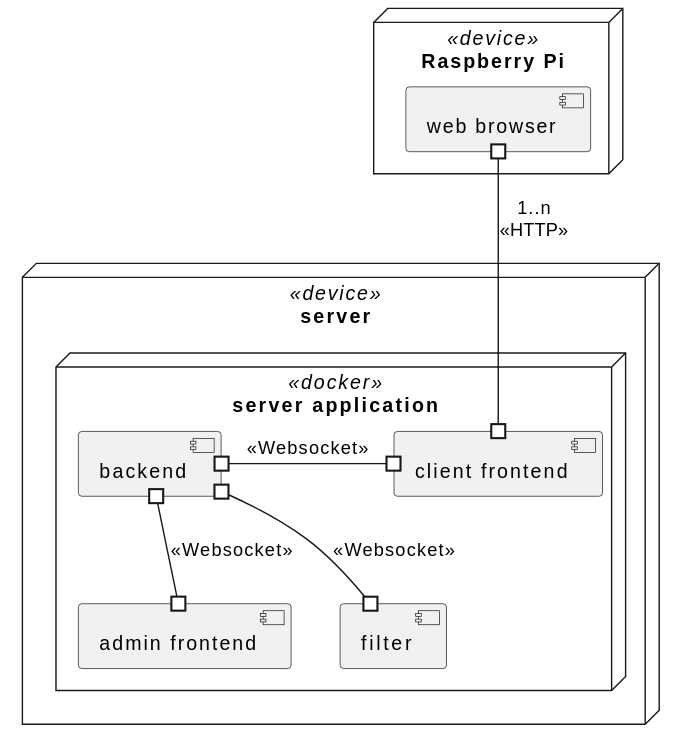
WallCaster/WallCaster keeps this PlantUML diagram as doc/assets/deployment.svg. Above is the earlier version.
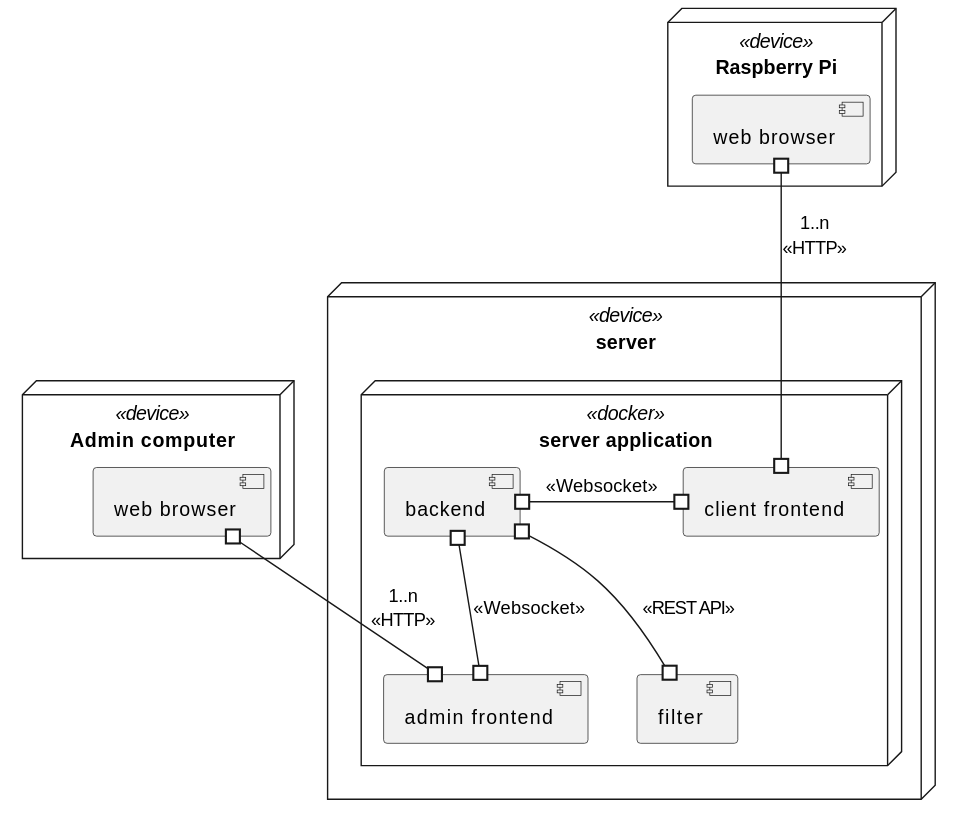
After the commit.

The edit, as a diff of the source:
```diff
@@ -1,4 +1,4 @@
-@startuml
+@startuml deployment
 node "server" <<device>> as srv {
   node "server application" <<docker>> as cmp {
     component "backend" as bck
@@ -8,12 +8,18 @@
   }
 }
 
+node "Admin computer" <<device>> as admindev {
+  component "web browser" as wb2
+}
+
 node "Raspberry Pi" <<device>> as rpi {
   component "web browser" as wb
 }
 
+
 bck #--# afr: ""<<Websocket>>""
 bck #-# cfr: ""<<Websocket>>""
 wb #--# cfr: ""1..n\n<<HTTP>>""
-bck #--# flt: ""<<Websocket>>""
+wb2 #--# afr: ""1..n\n<<HTTP>>""
+bck #--# flt: ""<<REST API>>""
 @enduml
```
